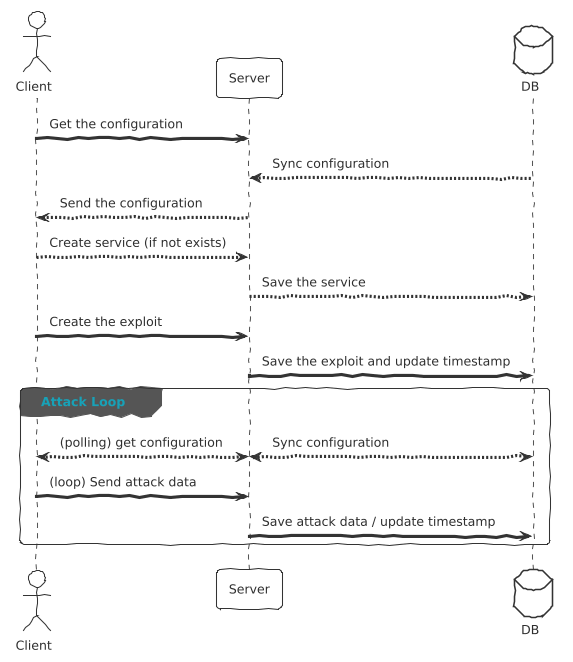
The PlantUML diagram docs/attack_sequence.png in BunkyoWesterns/BunkyoFarm, before a commit. Its source is kept beside it as docs/attack_sequence.puml. The source it was exported from:
```plantuml
@startuml attack_sequence

!theme sketchy-outline
!pragma teoz true

actor       Client
participant Server
database    DB
Client -> Server: Get the configuration
Server <-- DB: Sync configuration
Server --> Client: Send the configuration
Client --> Server: Create service (if not exists)
Server --> DB: Save the service
Client -> Server: Create the exploit
Server -> DB: Save the exploit and update timestamp
group Attack Loop
    Client <--> Server: (polling) get configuration
    & Server <--> DB: Sync configuration
    Client -> Server: (loop) Send attack data
    Server -> DB: Save attack data / update timestamp
end


@enduml
```
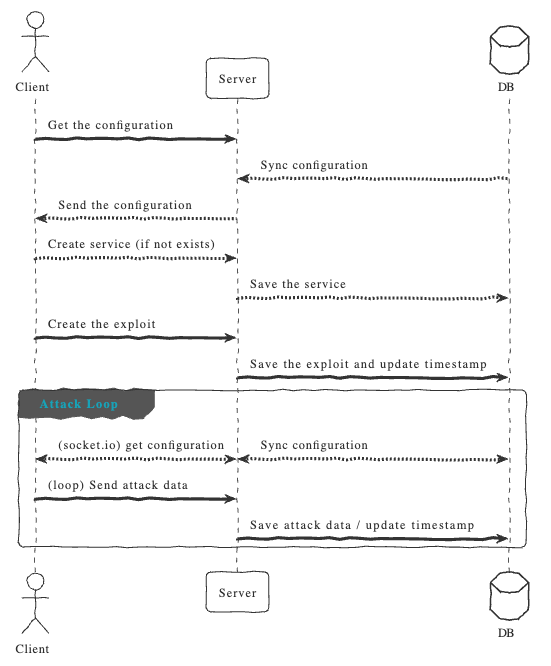
The same file after the commit.

Change to the diagram source:
```diff
@@ -14,7 +14,7 @@
 Client -> Server: Create the exploit
 Server -> DB: Save the exploit and update timestamp
 group Attack Loop
-    Client <--> Server: (polling) get configuration
+    Client <--> Server: (socket.io) get configuration
     & Server <--> DB: Sync configuration
     Client -> Server: (loop) Send attack data
     Server -> DB: Save attack data / update timestamp
```
